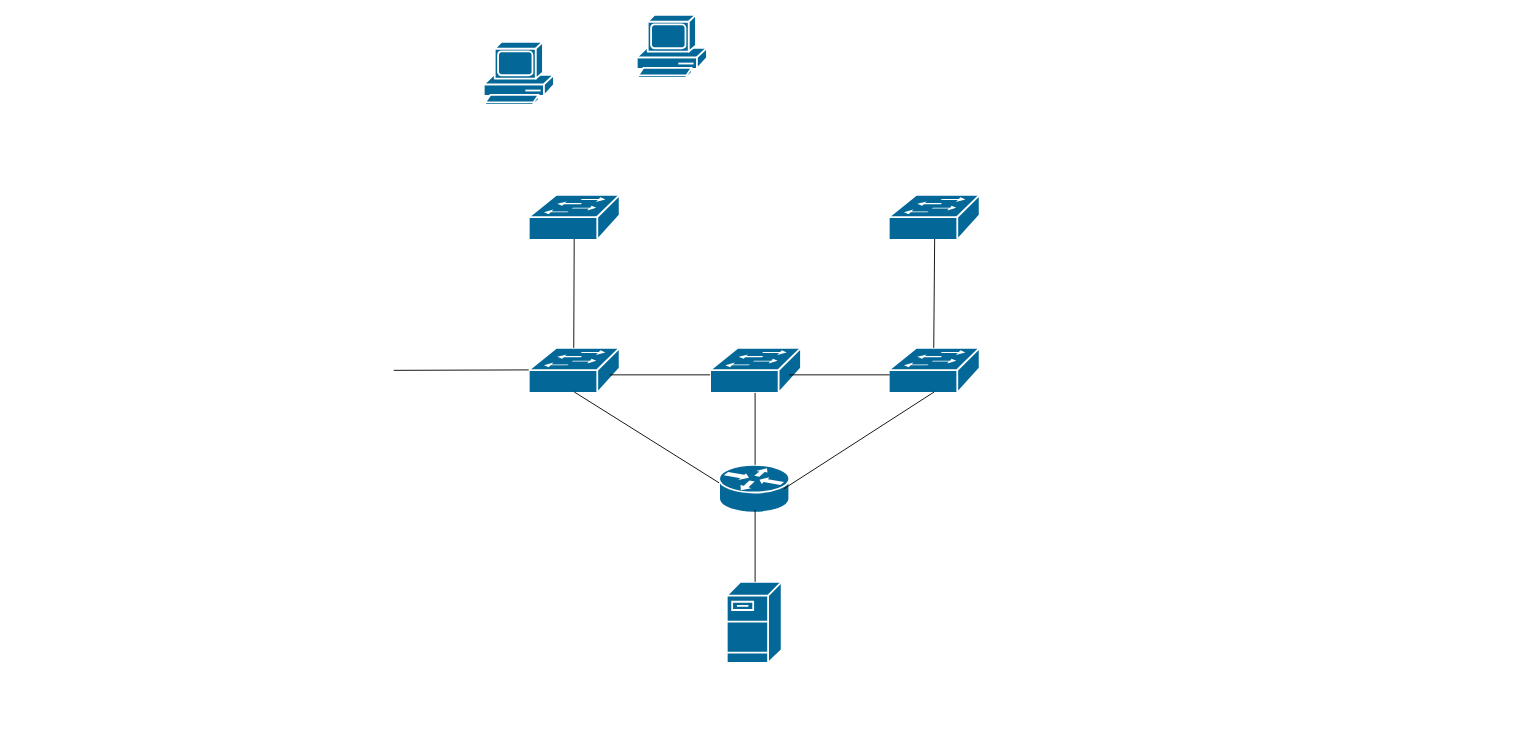
Before: Диаграмма без названия.drawio in dibovdmitry/Project, a draw.io diagram. Source tidied: cells renumbered, new cells numbered last; positions are measured from the earlier drawing's top-left corner, leaving out a move shared by most shapes. Both pictures are drawn from the tidied source at 90%, with x=0, y=0 at pixel (393, 14).
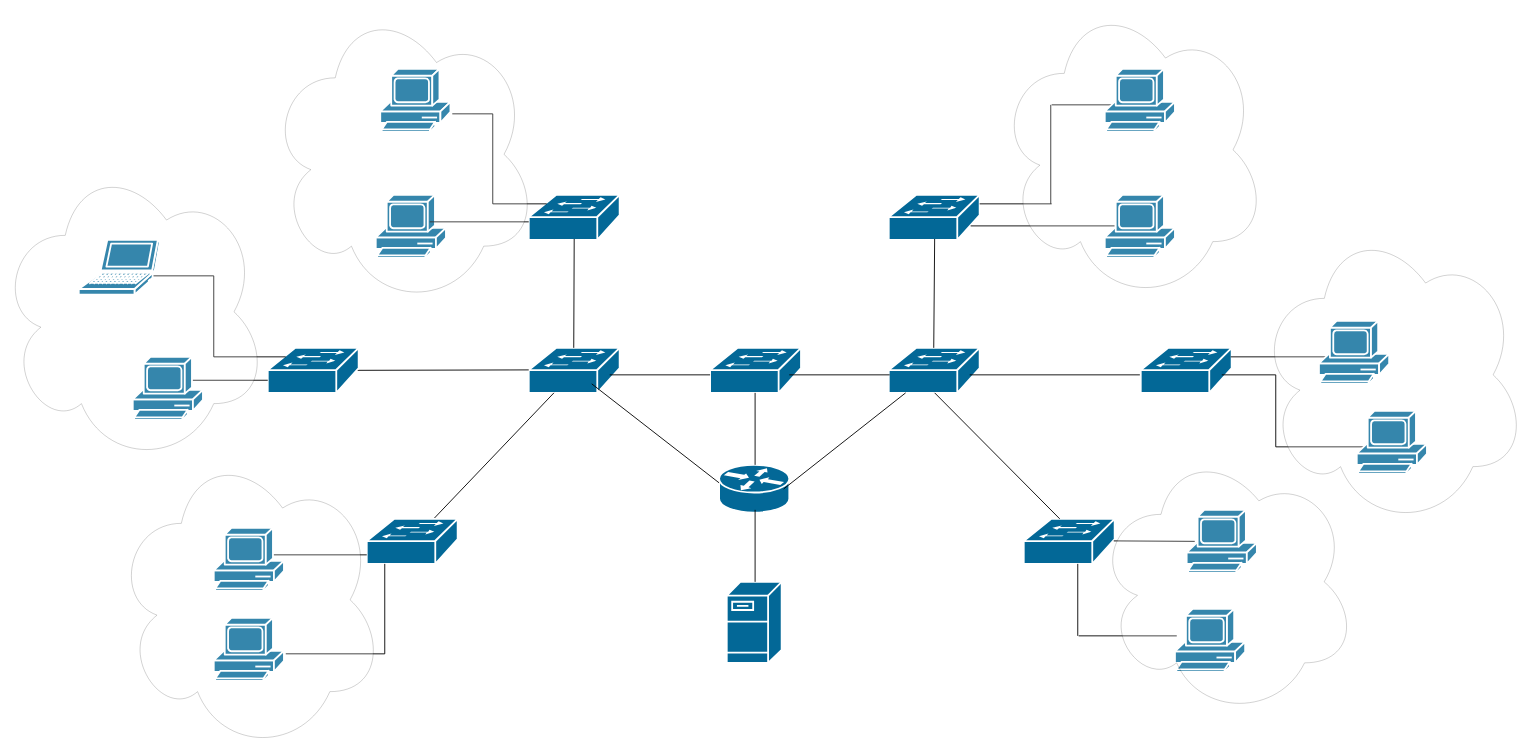
After the change.

Unchanged cells that the change refers to:
```xml
<mxCell id="4" style="shape=mxgraph.cisco.switches.workgroup_switch;sketch=0;html=1;dashed=0;fillColor=#036897;strokeColor=#ffffff;strokeWidth=2;verticalLabelPosition=bottom;verticalAlign=top;align=center;outlineConnect=0;" parent="1" vertex="1">
  <mxGeometry x="550" y="370" width="101" height="50" as="geometry" />
</mxCell>
<mxCell id="6" style="shape=mxgraph.cisco.switches.workgroup_switch;sketch=0;html=1;dashed=0;fillColor=#036897;strokeColor=#ffffff;strokeWidth=2;verticalLabelPosition=bottom;verticalAlign=top;align=center;outlineConnect=0;" parent="1" vertex="1">
  <mxGeometry x="150" y="370" width="101" height="50" as="geometry" />
</mxCell>
<mxCell id="7" style="shape=mxgraph.cisco.routers.router;sketch=0;html=1;dashed=0;fillColor=#036897;strokeColor=#ffffff;strokeWidth=2;verticalLabelPosition=bottom;verticalAlign=top;align=center;outlineConnect=0;" parent="1" vertex="1">
  <mxGeometry x="361.5" y="500" width="78" height="53" as="geometry" />
</mxCell>
```

The edit, as a diff of the source:
```diff
@@
     <mxCell id="2" style="shape=mxgraph.cisco.computers_and_peripherals.pc;sketch=0;html=1;dashed=0;fillColor=#036897;strokeColor=#ffffff;strokeWidth=2;verticalLabelPosition=bottom;verticalAlign=top;align=center;" parent="1" vertex="1">
-      <mxGeometry x="100" y="30" width="78" height="70" as="geometry" />
+      <mxGeometry x="-20" y="200" width="78" height="70" as="geometry" />
     </mxCell>
     <mxCell id="3" style="shape=mxgraph.cisco.computers_and_peripherals.pc;sketch=0;html=1;dashed=0;fillColor=#036897;strokeColor=#ffffff;strokeWidth=2;verticalLabelPosition=bottom;verticalAlign=top;align=center;outlineConnect=0;" parent="1" vertex="1">
-      <mxGeometry x="270" width="78" height="70" as="geometry" />
+      <mxGeometry x="-15" y="60" width="78" height="70" as="geometry" />
     </mxCell>
@@
-    <mxCell id="17" style="endArrow=none;html=1;rounded=0;exitX=0.5;exitY=0.98;exitDx=0;exitDy=0;exitPerimeter=0;" parent="1" edge="1" source="6">
+    <mxCell id="17" style="endArrow=none;html=1;rounded=0;" parent="1" edge="1">
       <mxGeometry relative="1" as="geometry">
+        <mxPoint x="220" y="410" as="sourcePoint" />
         <mxPoint x="361.5" y="520" as="targetPoint" />
       </mxGeometry>
     </mxCell>
-    <mxCell id="18" style="endArrow=none;html=1;rounded=0;exitX=0.5;exitY=0.98;exitDx=0;exitDy=0;exitPerimeter=0;entryX=0.919;entryY=0.506;entryDx=0;entryDy=0;entryPerimeter=0;" parent="1" edge="1" source="4" target="7">
+    <mxCell id="18" style="endArrow=none;html=1;rounded=0;entryX=0.919;entryY=0.506;entryDx=0;entryDy=0;entryPerimeter=0;" parent="1" edge="1" source="4" target="7">
       <mxGeometry relative="1" as="geometry" />
     </mxCell>
     <mxCell id="19" style="endArrow=none;html=1;rounded=0;" parent="1" edge="1">
       <mxGeometry relative="1" as="geometry">
-        <mxPoint y="395" as="sourcePoint" />
+        <mxPoint x="-50" y="395" as="sourcePoint" />
         <mxPoint x="150" y="394.5" as="targetPoint" />
       </mxGeometry>
     </mxCell>
+    <mxCell id="20" style="shape=mxgraph.cisco.switches.workgroup_switch;sketch=0;html=1;dashed=0;fillColor=#036897;strokeColor=#ffffff;strokeWidth=2;verticalLabelPosition=bottom;verticalAlign=top;align=center;" parent="1" vertex="1">
+      <mxGeometry x="-140" y="370" width="101" height="50" as="geometry" />
+    </mxCell>
+    <mxCell id="21" style="endArrow=none;html=1;rounded=0;" parent="1" edge="1" source="22">
+      <mxGeometry relative="1" as="geometry">
+        <mxPoint x="178" y="420" as="targetPoint" />
+      </mxGeometry>
+    </mxCell>
+    <mxCell id="22" style="shape=mxgraph.cisco.switches.workgroup_switch;sketch=0;html=1;dashed=0;fillColor=#036897;strokeColor=#ffffff;strokeWidth=2;verticalLabelPosition=bottom;verticalAlign=top;align=center;outlineConnect=0;" parent="1" vertex="1">
+      <mxGeometry x="-30" y="560" width="101" height="50" as="geometry" />
+    </mxCell>
+    <mxCell id="23" style="shape=mxgraph.cisco.switches.workgroup_switch;sketch=0;html=1;dashed=0;fillColor=#036897;strokeColor=#ffffff;strokeWidth=2;verticalLabelPosition=bottom;verticalAlign=top;align=center;outlineConnect=0;" parent="1" vertex="1">
+      <mxGeometry x="700" y="560" width="101" height="50" as="geometry" />
+    </mxCell>
+    <mxCell id="24" style="endArrow=none;html=1;rounded=0;entryX=0.396;entryY=0;entryDx=0;entryDy=0;entryPerimeter=0;" parent="1" edge="1" target="23">
+      <mxGeometry relative="1" as="geometry">
+        <mxPoint x="601" y="420" as="sourcePoint" />
+      </mxGeometry>
+    </mxCell>
+    <mxCell id="25" style="endArrow=none;html=1;rounded=0;" parent="1" edge="1">
+      <mxGeometry relative="1" as="geometry">
+        <mxPoint x="640" y="400" as="sourcePoint" />
+        <mxPoint x="840" y="400" as="targetPoint" />
+      </mxGeometry>
+    </mxCell>
+    <mxCell id="26" style="shape=mxgraph.cisco.switches.workgroup_switch;sketch=0;html=1;dashed=0;fillColor=#036897;strokeColor=#ffffff;strokeWidth=2;verticalLabelPosition=bottom;verticalAlign=top;align=center;" parent="1" vertex="1">
+      <mxGeometry x="830" y="370" width="101" height="50" as="geometry" />
+    </mxCell>
+    <mxCell id="27" style="endArrow=none;html=1;rounded=0;" parent="1" edge="1">
+      <mxGeometry relative="1" as="geometry">
+        <mxPoint x="40" y="230" as="sourcePoint" />
+        <mxPoint x="150" y="230" as="targetPoint" />
+      </mxGeometry>
+    </mxCell>
+    <mxCell id="28" style="endArrow=none;html=1;rounded=0;" parent="1" edge="1">
+      <mxGeometry relative="1" as="geometry">
+        <mxPoint x="110" y="210" as="sourcePoint" />
+        <mxPoint x="170" y="210" as="targetPoint" />
+      </mxGeometry>
+    </mxCell>
+    <mxCell id="29" style="endArrow=none;html=1;rounded=0;" parent="1" edge="1">
+      <mxGeometry relative="1" as="geometry">
+        <mxPoint x="110" y="210" as="sourcePoint" />
+        <mxPoint x="110" y="110" as="targetPoint" />
+      </mxGeometry>
+    </mxCell>
+    <mxCell id="30" style="endArrow=none;html=1;rounded=0;exitX=1.026;exitY=0.714;exitDx=0;exitDy=0;exitPerimeter=0;" parent="1" edge="1" source="3">
+      <mxGeometry relative="1" as="geometry">
+        <mxPoint x="110" y="110" as="targetPoint" />
+      </mxGeometry>
+    </mxCell>
+    <mxCell id="31" style="endArrow=none;html=1;rounded=0;" parent="1" edge="1">
+      <mxGeometry relative="1" as="geometry">
+        <mxPoint x="-230" y="406" as="sourcePoint" />
+        <mxPoint x="-140" y="406" as="targetPoint" />
+      </mxGeometry>
+    </mxCell>
+    <mxCell id="32" style="endArrow=none;html=1;rounded=0;" parent="1" edge="1">
+      <mxGeometry relative="1" as="geometry">
+        <mxPoint x="-200" y="380" as="sourcePoint" />
+        <mxPoint x="-120" y="380" as="targetPoint" />
+      </mxGeometry>
+    </mxCell>
+    <mxCell id="33" style="endArrow=none;html=1;rounded=0;" parent="1" edge="1">
+      <mxGeometry relative="1" as="geometry">
+        <mxPoint x="-200" y="380" as="sourcePoint" />
+        <mxPoint x="-200" y="290" as="targetPoint" />
+      </mxGeometry>
+    </mxCell>
+    <mxCell id="34" style="endArrow=none;html=1;rounded=0;" parent="1" edge="1">
+      <mxGeometry relative="1" as="geometry">
+        <mxPoint x="-270" y="290" as="sourcePoint" />
+        <mxPoint x="-200" y="290" as="targetPoint" />
+      </mxGeometry>
+    </mxCell>
+    <mxCell id="35" style="shape=mxgraph.cisco.computers_and_peripherals.laptop;sketch=0;html=1;dashed=0;fillColor=#036897;strokeColor=#ffffff;strokeWidth=2;verticalLabelPosition=bottom;verticalAlign=top;align=center;" parent="1" vertex="1">
+      <mxGeometry x="-350" y="250" width="90" height="61" as="geometry" />
+    </mxCell>
+    <mxCell id="36" style="shape=mxgraph.cisco.computers_and_peripherals.pc;sketch=0;html=1;dashed=0;fillColor=#036897;strokeColor=#ffffff;strokeWidth=2;verticalLabelPosition=bottom;verticalAlign=top;align=center;" parent="1" vertex="1">
+      <mxGeometry x="-290" y="380" width="78" height="70" as="geometry" />
+    </mxCell>
+    <mxCell id="37" style="ellipse;shape=cloud;whiteSpace=wrap;html=1;opacity=20;" parent="1" vertex="1">
+      <mxGeometry x="-440" y="160" width="300" height="340" as="geometry" />
+    </mxCell>
+    <mxCell id="38" style="ellipse;shape=cloud;whiteSpace=wrap;html=1;opacity=20;" parent="1" vertex="1">
+      <mxGeometry x="-140" y="-15" width="300" height="340" as="geometry" />
+    </mxCell>
+    <mxCell id="39" style="endArrow=none;html=1;rounded=0;" parent="1" edge="1">
+      <mxGeometry relative="1" as="geometry">
+        <mxPoint x="-10" y="710" as="sourcePoint" />
+        <mxPoint x="-10" y="610" as="targetPoint" />
+      </mxGeometry>
+    </mxCell>
+    <mxCell id="40" style="endArrow=none;html=1;rounded=0;" parent="1" edge="1">
+      <mxGeometry relative="1" as="geometry">
+        <mxPoint x="760" y="690" as="sourcePoint" />
+        <mxPoint x="760" y="610" as="targetPoint" />
+      </mxGeometry>
+    </mxCell>
+    <mxCell id="41" style="endArrow=none;html=1;rounded=0;entryX=0.026;entryY=0.429;entryDx=0;entryDy=0;entryPerimeter=0;" parent="1" edge="1" target="46">
+      <mxGeometry relative="1" as="geometry">
+        <mxPoint x="761" y="690" as="sourcePoint" />
+      </mxGeometry>
+    </mxCell>
+    <mxCell id="42" style="endArrow=none;html=1;rounded=0;" parent="1" edge="1">
+      <mxGeometry relative="1" as="geometry">
+        <mxPoint x="930" y="380" as="sourcePoint" />
+        <mxPoint x="1040" y="380" as="targetPoint" />
+      </mxGeometry>
+    </mxCell>
+    <mxCell id="43" style="endArrow=none;html=1;rounded=0;" parent="1" edge="1">
+      <mxGeometry relative="1" as="geometry">
+        <mxPoint x="920" y="400" as="sourcePoint" />
+        <mxPoint x="980" y="400" as="targetPoint" />
+      </mxGeometry>
+    </mxCell>
+    <mxCell id="44" style="endArrow=none;html=1;rounded=0;" parent="1" edge="1">
+      <mxGeometry relative="1" as="geometry">
+        <mxPoint x="800" y="584.5" as="sourcePoint" />
+        <mxPoint x="890" y="585" as="targetPoint" />
+      </mxGeometry>
+    </mxCell>
+    <mxCell id="45" style="shape=mxgraph.cisco.computers_and_peripherals.pc;sketch=0;html=1;dashed=0;fillColor=#036897;strokeColor=#ffffff;strokeWidth=2;verticalLabelPosition=bottom;verticalAlign=top;align=center;" parent="1" vertex="1">
+      <mxGeometry x="881" y="550" width="78" height="70" as="geometry" />
+    </mxCell>
+    <mxCell id="46" style="shape=mxgraph.cisco.computers_and_peripherals.pc;sketch=0;html=1;dashed=0;fillColor=#036897;strokeColor=#ffffff;strokeWidth=2;verticalLabelPosition=bottom;verticalAlign=top;align=center;outlineConnect=0;" parent="1" vertex="1">
+      <mxGeometry x="868" y="660" width="78" height="70" as="geometry" />
+    </mxCell>
+    <mxCell id="47" style="endArrow=none;html=1;rounded=0;" parent="1" edge="1">
+      <mxGeometry relative="1" as="geometry">
+        <mxPoint x="-140" y="600" as="sourcePoint" />
+        <mxPoint x="-30" y="600" as="targetPoint" />
+      </mxGeometry>
+    </mxCell>
+    <mxCell id="48" style="shape=mxgraph.cisco.computers_and_peripherals.pc;sketch=0;html=1;dashed=0;fillColor=#036897;strokeColor=#ffffff;strokeWidth=2;verticalLabelPosition=bottom;verticalAlign=top;align=center;" parent="1" vertex="1">
+      <mxGeometry x="-200" y="570" width="78" height="70" as="geometry" />
+    </mxCell>
+    <mxCell id="49" style="shape=mxgraph.cisco.computers_and_peripherals.pc;sketch=0;html=1;dashed=0;fillColor=#036897;strokeColor=#ffffff;strokeWidth=2;verticalLabelPosition=bottom;verticalAlign=top;align=center;outlineConnect=0;" parent="1" vertex="1">
+      <mxGeometry x="-200" y="670" width="78" height="70" as="geometry" />
+    </mxCell>
+    <mxCell id="50" style="endArrow=none;html=1;rounded=0;" parent="1" edge="1">
+      <mxGeometry relative="1" as="geometry">
+        <mxPoint x="980" y="480" as="sourcePoint" />
+        <mxPoint x="980" y="400" as="targetPoint" />
+      </mxGeometry>
+    </mxCell>
+    <mxCell id="51" style="endArrow=none;html=1;rounded=0;" parent="1" edge="1">
+      <mxGeometry relative="1" as="geometry">
+        <mxPoint x="980" y="480" as="sourcePoint" />
+        <mxPoint x="1080" y="480" as="targetPoint" />
+      </mxGeometry>
+    </mxCell>
+    <mxCell id="52" style="shape=mxgraph.cisco.computers_and_peripherals.pc;sketch=0;html=1;dashed=0;fillColor=#036897;strokeColor=#ffffff;strokeWidth=2;verticalLabelPosition=bottom;verticalAlign=top;align=center;" parent="1" vertex="1">
+      <mxGeometry x="1028" y="340" width="78" height="70" as="geometry" />
+    </mxCell>
+    <mxCell id="53" style="shape=mxgraph.cisco.computers_and_peripherals.pc;sketch=0;html=1;dashed=0;fillColor=#036897;strokeColor=#ffffff;strokeWidth=2;verticalLabelPosition=bottom;verticalAlign=top;align=center;" parent="1" vertex="1">
+      <mxGeometry x="1070" y="440" width="78" height="70" as="geometry" />
+    </mxCell>
+    <mxCell id="54" style="endArrow=none;html=1;rounded=0;" parent="1" edge="1">
+      <mxGeometry relative="1" as="geometry">
+        <mxPoint x="651" y="210" as="sourcePoint" />
+        <mxPoint x="731" y="210" as="targetPoint" />
+      </mxGeometry>
+    </mxCell>
+    <mxCell id="55" style="endArrow=none;html=1;rounded=0;" parent="1" edge="1">
+      <mxGeometry relative="1" as="geometry">
+        <mxPoint x="730" y="210" as="sourcePoint" />
+        <mxPoint x="730" y="100" as="targetPoint" />
+      </mxGeometry>
+    </mxCell>
+    <mxCell id="56" style="endArrow=none;html=1;rounded=0;" parent="1" edge="1">
+      <mxGeometry relative="1" as="geometry">
+        <mxPoint x="731" y="100" as="sourcePoint" />
+        <mxPoint x="801" y="100" as="targetPoint" />
+      </mxGeometry>
+    </mxCell>
+    <mxCell id="57" style="shape=mxgraph.cisco.computers_and_peripherals.pc;sketch=0;html=1;dashed=0;fillColor=#036897;strokeColor=#ffffff;strokeWidth=2;verticalLabelPosition=bottom;verticalAlign=top;align=center;" parent="1" vertex="1">
+      <mxGeometry x="790" y="60" width="78" height="70" as="geometry" />
+    </mxCell>
+    <mxCell id="58" style="endArrow=none;html=1;rounded=0;" parent="1" edge="1">
+      <mxGeometry relative="1" as="geometry">
+        <mxPoint x="641" y="234.5" as="sourcePoint" />
+        <mxPoint x="801" y="234.5" as="targetPoint" />
+      </mxGeometry>
+    </mxCell>
+    <mxCell id="59" style="shape=mxgraph.cisco.computers_and_peripherals.pc;sketch=0;html=1;dashed=0;fillColor=#036897;strokeColor=#ffffff;strokeWidth=2;verticalLabelPosition=bottom;verticalAlign=top;align=center;" parent="1" vertex="1">
+      <mxGeometry x="790" y="200" width="78" height="70" as="geometry" />
+    </mxCell>
+    <mxCell id="60" style="ellipse;shape=cloud;whiteSpace=wrap;html=1;opacity=20;" parent="1" vertex="1">
+      <mxGeometry x="670" y="-20" width="300" height="340" as="geometry" />
+    </mxCell>
+    <mxCell id="61" style="ellipse;shape=cloud;whiteSpace=wrap;html=1;opacity=20;" parent="1" vertex="1">
+      <mxGeometry x="959" y="230" width="300" height="340" as="geometry" />
+    </mxCell>
+    <mxCell id="62" style="ellipse;shape=cloud;whiteSpace=wrap;html=1;opacity=20;" parent="1" vertex="1">
+      <mxGeometry x="780" y="480" width="290" height="300" as="geometry" />
+    </mxCell>
+    <mxCell id="63" style="endArrow=none;html=1;rounded=0;exitX=1.026;exitY=0.571;exitDx=0;exitDy=0;exitPerimeter=0;" parent="1" edge="1" source="49">
+      <mxGeometry relative="1" as="geometry">
+        <mxPoint x="-10" y="710" as="targetPoint" />
+      </mxGeometry>
+    </mxCell>
+    <mxCell id="64" style="ellipse;shape=cloud;whiteSpace=wrap;html=1;opacity=20;" parent="1" vertex="1">
+      <mxGeometry x="-311" y="480" width="300" height="340" as="geometry" />
+    </mxCell>
```
